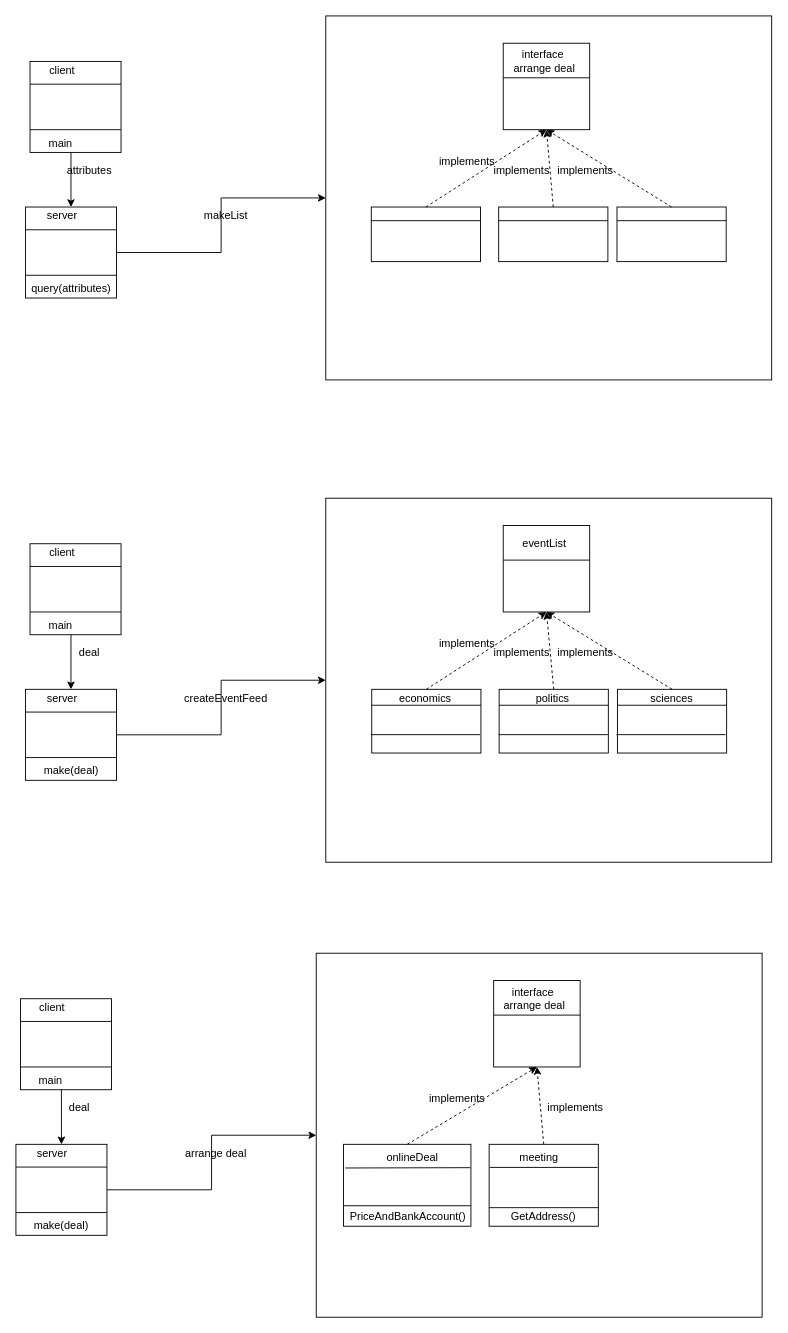
Before: design patterns.drawio in m-bassiri/HamyarApp, a draw.io diagram. Source tidied: cells renumbered, new cells numbered last; positions are measured from the earlier drawing's top-left corner, leaving out a move shared by most shapes. Both pictures are drawn from the tidied source at 91%, with x=0, y=0 at pixel (15, 15).
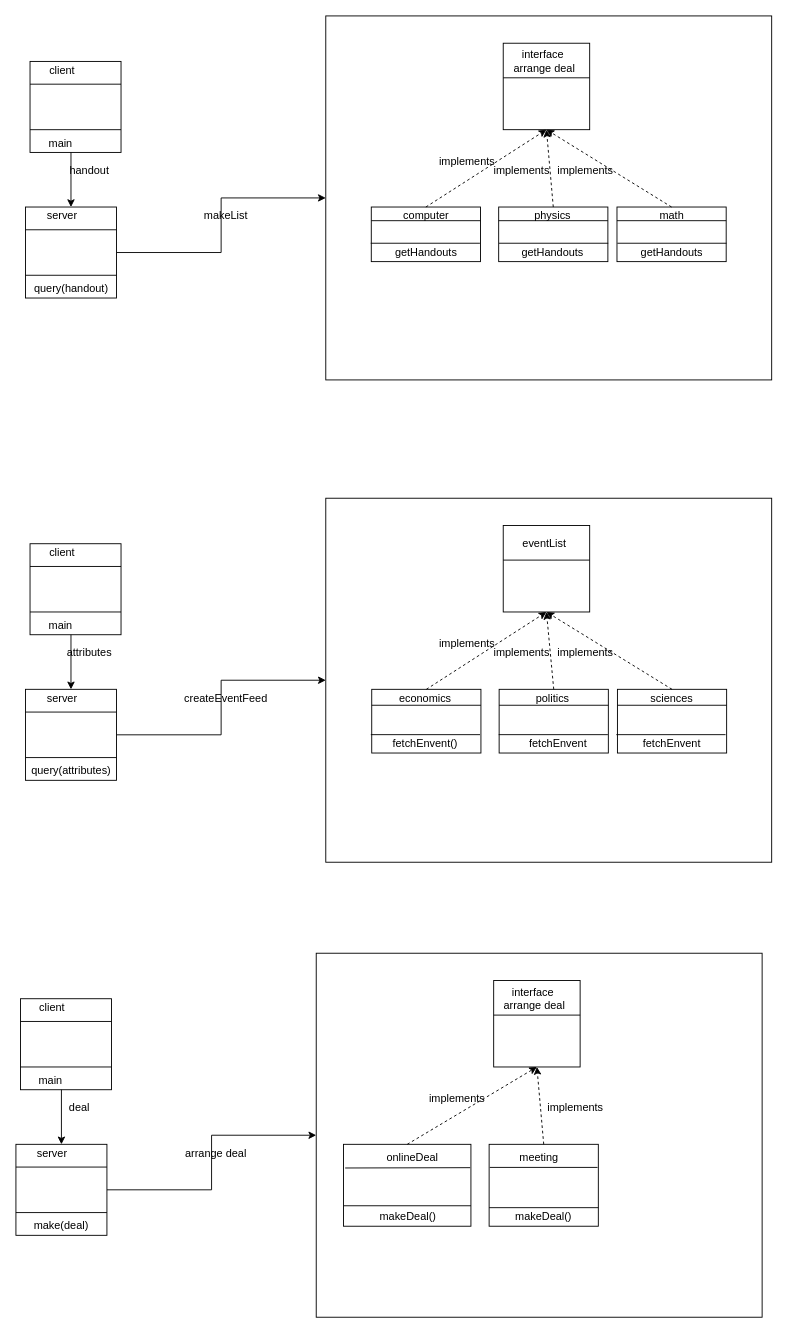
Above is the later version.

Change to the diagram source:
```diff
@@
-    <mxCell id="39" value="make(deal)" style="text;html=1;strokeColor=none;fillColor=none;align=center;verticalAlign=middle;whiteSpace=wrap;rounded=0;" parent="1" vertex="1">
+    <mxCell id="39" value="query(attributes)" style="text;html=1;strokeColor=none;fillColor=none;align=center;verticalAlign=middle;whiteSpace=wrap;rounded=0;" parent="1" vertex="1">
       <mxGeometry x="40.5" y="820" width="40" height="20" as="geometry" />
     </mxCell>
@@
-    <mxCell id="41" value="deal" style="text;html=1;strokeColor=none;fillColor=none;align=center;verticalAlign=middle;whiteSpace=wrap;rounded=0;" parent="1" vertex="1">
+    <mxCell id="41" value="attributes" style="text;html=1;strokeColor=none;fillColor=none;align=center;verticalAlign=middle;whiteSpace=wrap;rounded=0;" parent="1" vertex="1">
       <mxGeometry x="60.5" y="690" width="40" height="20" as="geometry" />
     </mxCell>
@@
-    <mxCell id="69" value="query(attributes)" style="text;html=1;strokeColor=none;fillColor=none;align=center;verticalAlign=middle;whiteSpace=wrap;rounded=0;" parent="1" vertex="1">
+    <mxCell id="69" value="query(handout)" style="text;html=1;strokeColor=none;fillColor=none;align=center;verticalAlign=middle;whiteSpace=wrap;rounded=0;" parent="1" vertex="1">
       <mxGeometry x="40.5" y="290" width="40" height="20" as="geometry" />
     </mxCell>
@@
-    <mxCell id="71" value="attributes" style="text;html=1;strokeColor=none;fillColor=none;align=center;verticalAlign=middle;whiteSpace=wrap;rounded=0;" parent="1" vertex="1">
+    <mxCell id="71" value="handout" style="text;html=1;strokeColor=none;fillColor=none;align=center;verticalAlign=middle;whiteSpace=wrap;rounded=0;" parent="1" vertex="1">
       <mxGeometry x="60.5" y="160" width="40" height="20" as="geometry" />
     </mxCell>
@@
-    <mxCell id="89" value="PriceAndBankAccount()" style="text;html=1;strokeColor=none;fillColor=none;align=center;verticalAlign=middle;whiteSpace=wrap;rounded=0;" parent="1" vertex="1">
+    <mxCell id="89" value="makeDeal()" style="text;html=1;strokeColor=none;fillColor=none;align=center;verticalAlign=middle;whiteSpace=wrap;rounded=0;" parent="1" vertex="1">
       <mxGeometry x="410.5" y="1310" width="40" height="20" as="geometry" />
     </mxCell>
@@
-    <mxCell id="93" value="GetAddress()&lt;br&gt;" style="text;html=1;strokeColor=none;fillColor=none;align=center;verticalAlign=middle;whiteSpace=wrap;rounded=0;" parent="1" vertex="1">
+    <mxCell id="93" value="makeDeal()&lt;br&gt;" style="text;html=1;strokeColor=none;fillColor=none;align=center;verticalAlign=middle;whiteSpace=wrap;rounded=0;" parent="1" vertex="1">
       <mxGeometry x="535" y="1310" width="90" height="20" as="geometry" />
     </mxCell>
@@
+    <mxCell id="100" value="fetchEnvent()" style="text;html=1;strokeColor=none;fillColor=none;align=center;verticalAlign=middle;whiteSpace=wrap;rounded=0;" parent="1" vertex="1">
+      <mxGeometry x="430" y="790" width="40" height="20" as="geometry" />
+    </mxCell>
+    <mxCell id="101" value="fetchEnvent" style="text;html=1;strokeColor=none;fillColor=none;align=center;verticalAlign=middle;whiteSpace=wrap;rounded=0;" parent="1" vertex="1">
+      <mxGeometry x="575.5" y="790" width="40" height="20" as="geometry" />
+    </mxCell>
+    <mxCell id="102" value="fetchEnvent" style="text;html=1;strokeColor=none;fillColor=none;align=center;verticalAlign=middle;whiteSpace=wrap;rounded=0;" parent="1" vertex="1">
+      <mxGeometry x="700.5" y="790" width="40" height="20" as="geometry" />
+    </mxCell>
+    <mxCell id="103" style="endArrow=none;html=1;exitX=0;exitY=0.25;exitDx=0;exitDy=0;entryX=1;entryY=0.25;entryDx=0;entryDy=0;" parent="1" edge="1">
+      <mxGeometry relative="1" as="geometry">
+        <mxPoint x="389.9" y="249.8" as="sourcePoint" />
+        <mxPoint x="509.9" y="249.8" as="targetPoint" />
+      </mxGeometry>
+    </mxCell>
+    <mxCell id="104" style="endArrow=none;html=1;exitX=0;exitY=0.25;exitDx=0;exitDy=0;entryX=1;entryY=0.25;entryDx=0;entryDy=0;" parent="1" edge="1">
+      <mxGeometry relative="1" as="geometry">
+        <mxPoint x="530.9" y="249.8" as="sourcePoint" />
+        <mxPoint x="650.9" y="249.8" as="targetPoint" />
+      </mxGeometry>
+    </mxCell>
+    <mxCell id="105" style="endArrow=none;html=1;exitX=0;exitY=0.25;exitDx=0;exitDy=0;entryX=1;entryY=0.25;entryDx=0;entryDy=0;" parent="1" edge="1">
+      <mxGeometry relative="1" as="geometry">
+        <mxPoint x="660.9" y="249.8" as="sourcePoint" />
+        <mxPoint x="780.9" y="249.8" as="targetPoint" />
+      </mxGeometry>
+    </mxCell>
+    <mxCell id="106" value="computer" style="text;html=1;strokeColor=none;fillColor=none;align=center;verticalAlign=middle;whiteSpace=wrap;rounded=0;" parent="1" vertex="1">
+      <mxGeometry x="431" y="210" width="40" height="20" as="geometry" />
+    </mxCell>
+    <mxCell id="107" value="physics" style="text;html=1;strokeColor=none;fillColor=none;align=center;verticalAlign=middle;whiteSpace=wrap;rounded=0;" parent="1" vertex="1">
+      <mxGeometry x="570" y="210" width="40" height="20" as="geometry" />
+    </mxCell>
+    <mxCell id="108" value="math" style="text;html=1;strokeColor=none;fillColor=none;align=center;verticalAlign=middle;whiteSpace=wrap;rounded=0;" parent="1" vertex="1">
+      <mxGeometry x="700.5" y="210" width="40" height="20" as="geometry" />
+    </mxCell>
+    <mxCell id="109" value="getHandouts" style="text;html=1;strokeColor=none;fillColor=none;align=center;verticalAlign=middle;whiteSpace=wrap;rounded=0;" parent="1" vertex="1">
+      <mxGeometry x="431" y="250" width="40" height="20" as="geometry" />
+    </mxCell>
+    <mxCell id="110" value="getHandouts" style="text;html=1;strokeColor=none;fillColor=none;align=center;verticalAlign=middle;whiteSpace=wrap;rounded=0;" parent="1" vertex="1">
+      <mxGeometry x="570" y="250" width="40" height="20" as="geometry" />
+    </mxCell>
+    <mxCell id="111" value="getHandouts" style="text;html=1;strokeColor=none;fillColor=none;align=center;verticalAlign=middle;whiteSpace=wrap;rounded=0;" parent="1" vertex="1">
+      <mxGeometry x="701" y="250" width="40" height="20" as="geometry" />
+    </mxCell>
```
